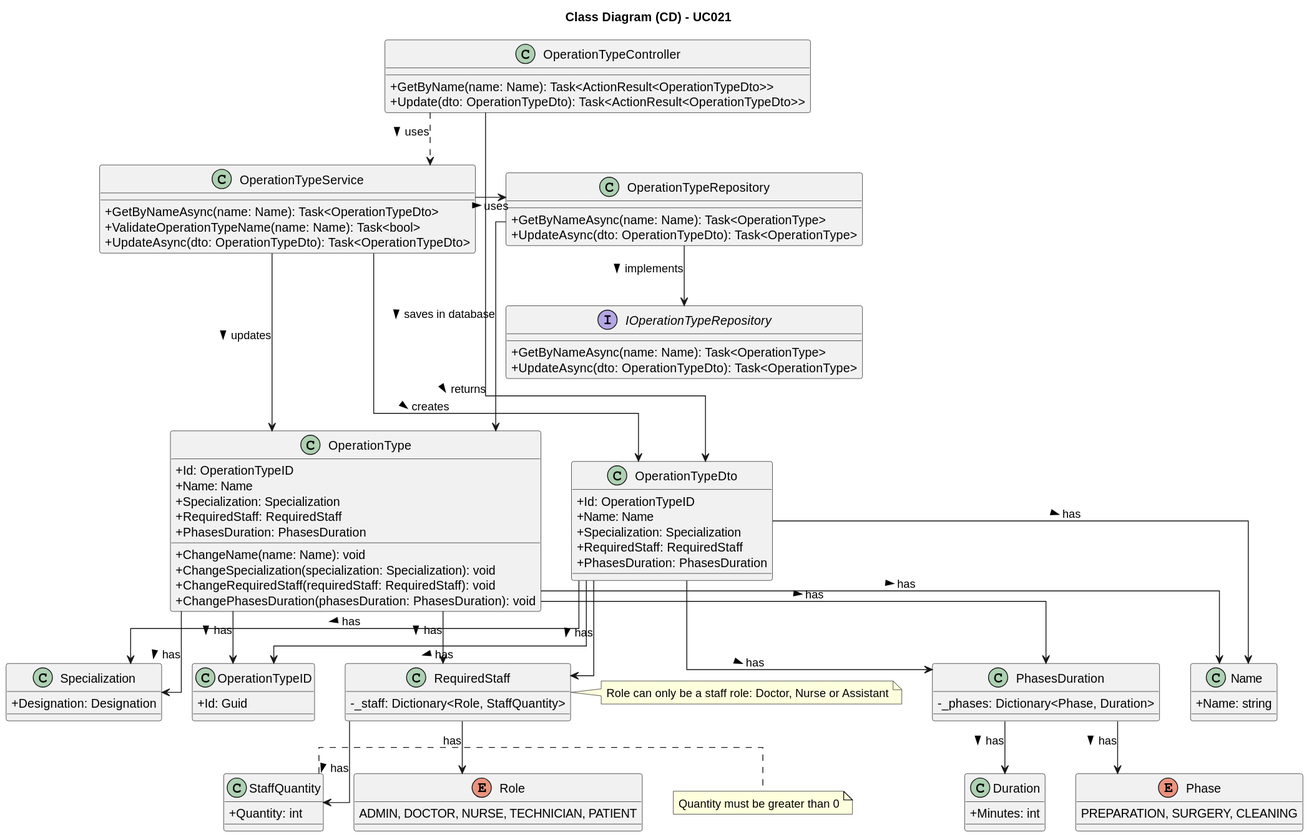
The PlantUML diagram docs/SprintA/UseCases/UC021/03.design/svg/uc021-class-diagram.svg in 1221124/sem5pi-24-25-g031, before a commit. The source it was exported from:
```plantuml
@startuml
skinparam packageStyle rectangle
skinparam shadowing false
skinparam classAttributeIconSize 0
skinparam linetype ortho

left to right direction
top to bottom direction

title Class Diagram (CD) - UC021

class OperationTypeController {
    +GetByName(name: Name): Task<ActionResult<OperationTypeDto>>
    +Update(dto: OperationTypeDto): Task<ActionResult<OperationTypeDto>>
}

class OperationTypeService {
    +GetByNameAsync(name: Name): Task<OperationTypeDto>
    +ValidateOperationTypeName(name: Name): Task<bool>
    +UpdateAsync(dto: OperationTypeDto): Task<OperationTypeDto>
}

class OperationTypeRepository {
    +GetByNameAsync(name: Name): Task<OperationType>
    +UpdateAsync(dto: OperationTypeDto): Task<OperationType>
}

interface IOperationTypeRepository {
    +GetByNameAsync(name: Name): Task<OperationType>
    +UpdateAsync(dto: OperationTypeDto): Task<OperationType>
}

class OperationType {
    +Id: OperationTypeID
    +Name: Name
    +Specialization: Specialization
    +RequiredStaff: RequiredStaff
    +PhasesDuration: PhasesDuration
    +ChangeName(name: Name): void
    +ChangeSpecialization(specialization: Specialization): void
    +ChangeRequiredStaff(requiredStaff: RequiredStaff): void
    +ChangePhasesDuration(phasesDuration: PhasesDuration): void
}

class OperationTypeDto {
    +Id: OperationTypeID
    +Name: Name
    +Specialization: Specialization
    +RequiredStaff: RequiredStaff
    +PhasesDuration: PhasesDuration
}

class RequiredStaff {
    - _staff: Dictionary<Role, StaffQuantity>
}
note right of RequiredStaff
    Role can only be a staff role: Doctor, Nurse or Assistant
end note

class StaffQuantity {
    +Quantity: int
}
note right of StaffQuantity
    Quantity must be greater than 0
end note

class Specialization {
    +Designation: Designation
}

class PhasesDuration {
    - _phases: Dictionary<Phase, Duration>
}

enum Phase {
    PREPARATION, SURGERY, CLEANING
}

class Duration {
    +Minutes: int
}

class Name {
    +Name: string
}

class OperationTypeID {
    +Id: Guid
}

enum Role {
    ADMIN, DOCTOR, NURSE, TECHNICIAN, PATIENT
}

OperationTypeController .> OperationTypeService : > uses
OperationTypeController ----> OperationTypeDto : > returns

OperationTypeService -> OperationTypeRepository : > uses
OperationTypeService ---> OperationType : > updates
OperationTypeService ---> OperationTypeDto : > creates

OperationTypeRepository --> IOperationTypeRepository : > implements
OperationTypeRepository --> OperationType : > saves in database

OperationType --> OperationTypeID : > has
OperationType --> Name : > has
OperationType --> Specialization : > has
OperationType --> RequiredStaff : > has
OperationType --> PhasesDuration : > has

OperationTypeDto --> OperationTypeID : > has
OperationTypeDto --> Name : > has
OperationTypeDto --> Specialization : > has
OperationTypeDto --> RequiredStaff : > has
OperationTypeDto --> PhasesDuration : > has

RequiredStaff --> Role: has
RequiredStaff --> StaffQuantity : > has

PhasesDuration --> Phase : > has
PhasesDuration --> Duration : > has
@enduml
```
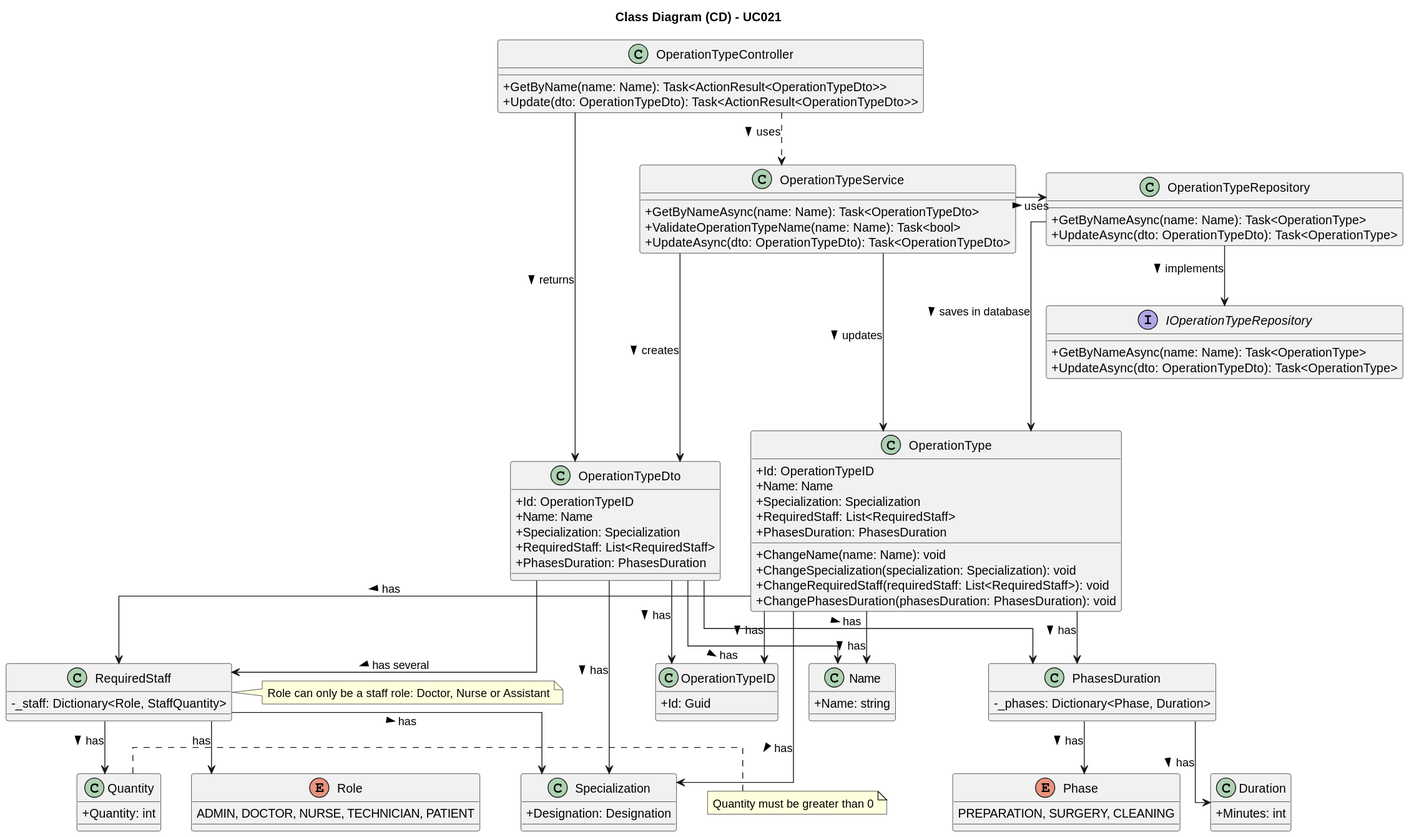
The same file after the commit.

The edit, as a diff of the source:
```diff
@@ -34,11 +34,11 @@
     +Id: OperationTypeID
     +Name: Name
     +Specialization: Specialization
-    +RequiredStaff: RequiredStaff
+    +RequiredStaff: List<RequiredStaff>
     +PhasesDuration: PhasesDuration
     +ChangeName(name: Name): void
     +ChangeSpecialization(specialization: Specialization): void
-    +ChangeRequiredStaff(requiredStaff: RequiredStaff): void
+    +ChangeRequiredStaff(requiredStaff: List<RequiredStaff>): void
     +ChangePhasesDuration(phasesDuration: PhasesDuration): void
 }
 
@@ -46,7 +46,7 @@
     +Id: OperationTypeID
     +Name: Name
     +Specialization: Specialization
-    +RequiredStaff: RequiredStaff
+    +RequiredStaff: List<RequiredStaff>
     +PhasesDuration: PhasesDuration
 }
 
@@ -57,10 +57,10 @@
     Role can only be a staff role: Doctor, Nurse or Assistant
 end note
 
-class StaffQuantity {
+class Quantity {
     +Quantity: int
 }
-note right of StaffQuantity
+note right of Quantity
     Quantity must be greater than 0
 end note
 
@@ -111,11 +111,12 @@
 OperationTypeDto --> OperationTypeID : > has
 OperationTypeDto --> Name : > has
 OperationTypeDto --> Specialization : > has
-OperationTypeDto --> RequiredStaff : > has
+OperationTypeDto --> RequiredStaff : > has several
 OperationTypeDto --> PhasesDuration : > has
 
 RequiredStaff --> Role: has
-RequiredStaff --> StaffQuantity : > has
+RequiredStaff --> Specialization : > has
+RequiredStaff --> Quantity : > has
 
 PhasesDuration --> Phase : > has
 PhasesDuration --> Duration : > has
```
